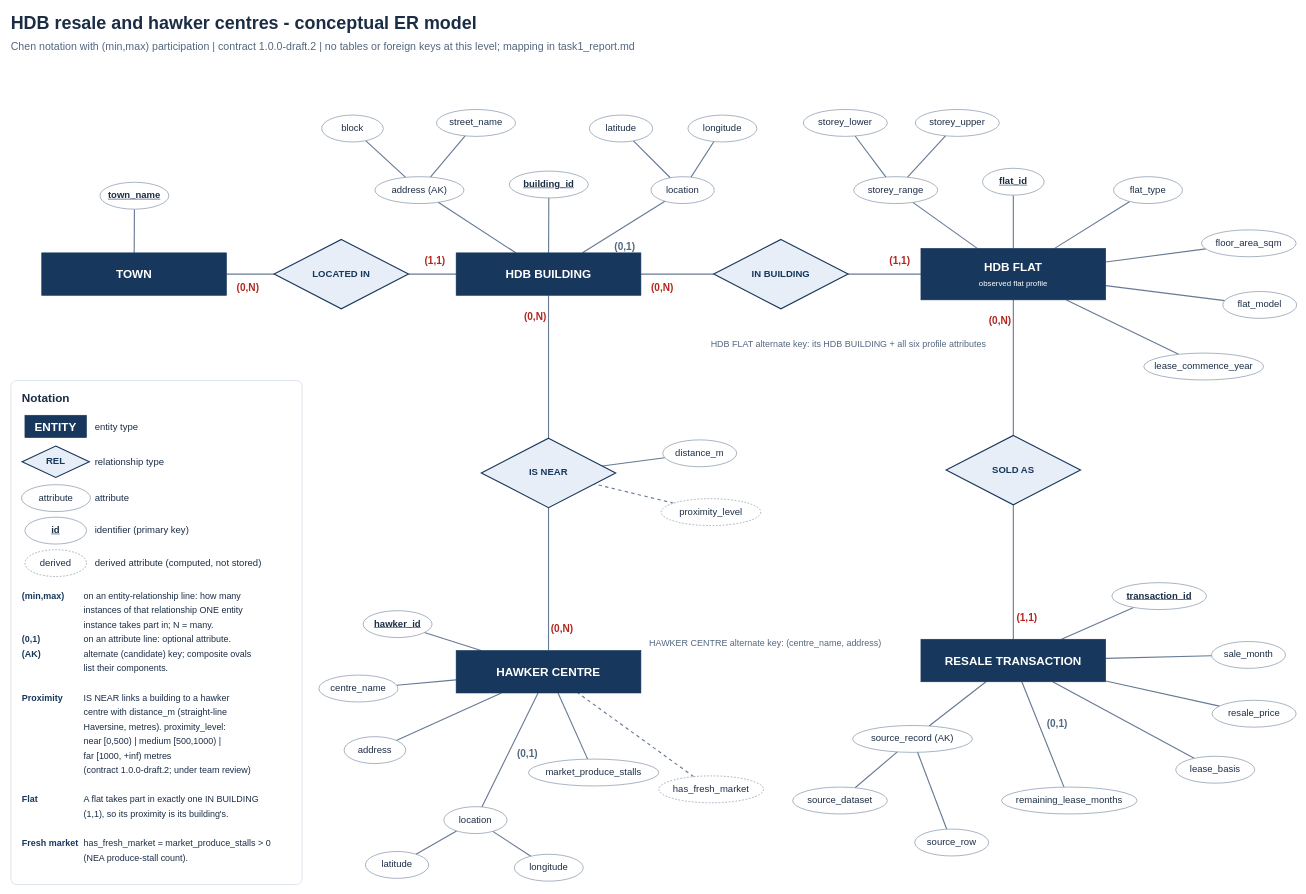
The draw.io diagram docs/architecture/conceptual_er.drawio in NoCodesMatter/DS6105, before the edit. Source tidied: cells renumbered, new cells numbered last; positions are measured from the earlier drawing's top-left corner, leaving out a move shared by most shapes. Both pictures are drawn from the tidied source at 56%, with x=0, y=0 at pixel (10, 10).
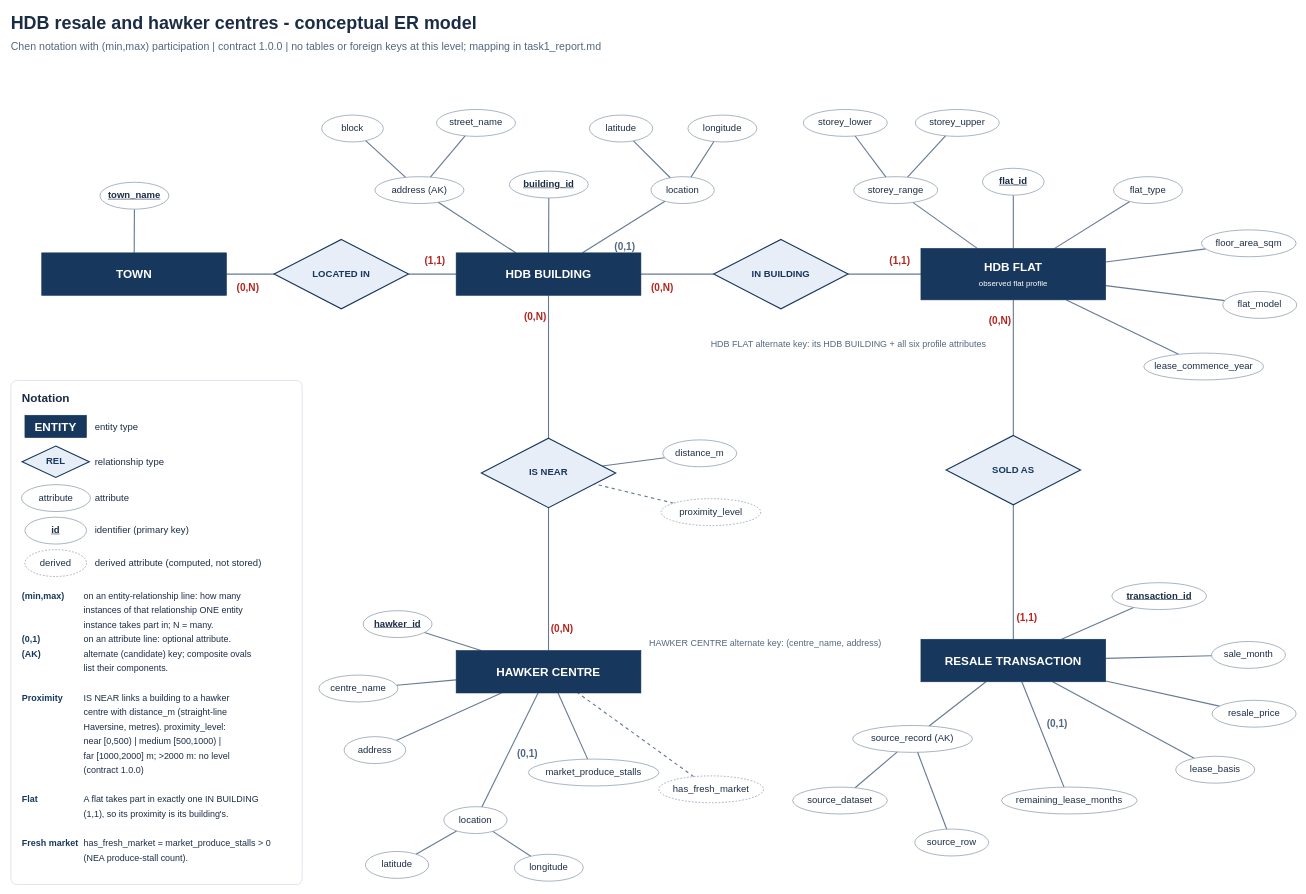
The same diagram, later.

Commit message (it also covers changes not shown here):
docs: update ER diagrams for contract 1.0.0

Change to the diagram source:
```diff
@@
-    <mxCell id="99" value="Chen notation with (min,max) participation | contract 1.0.0-draft.2 | no tables or foreign keys at this level; mapping in task1_report.md" style="text;html=1;align=left;verticalAlign=middle;fontSize=19;fontColor=#53677f;fontStyle=0;" parent="1" vertex="1">
-      <mxGeometry y="52" width="1418" height="27" as="geometry" />
+    <mxCell id="99" value="Chen notation with (min,max) participation | contract 1.0.0 | no tables or foreign keys at this level; mapping in task1_report.md" style="text;html=1;align=left;verticalAlign=middle;fontSize=19;fontColor=#53677f;fontStyle=0;" parent="1" vertex="1">
+      <mxGeometry y="52" width="1336" height="27" as="geometry" />
     </mxCell>
@@
-    <mxCell id="128" value="far [1000, +inf) metres" style="text;html=1;align=left;verticalAlign=middle;fontSize=16;fontColor=#1b2d45;fontStyle=0;" parent="1" vertex="1">
-      <mxGeometry x="130" y="1321" width="211" height="22" as="geometry" />
+    <mxCell id="128" value="far [1000,2000] m; &amp;gt;2000 m: no level" style="text;html=1;align=left;verticalAlign=middle;fontSize=16;fontColor=#1b2d45;fontStyle=0;" parent="1" vertex="1">
+      <mxGeometry x="130" y="1321" width="323" height="22" as="geometry" />
     </mxCell>
-    <mxCell id="129" value="(contract 1.0.0-draft.2; under team review)" style="text;html=1;align=left;verticalAlign=middle;fontSize=16;fontColor=#1b2d45;fontStyle=0;" parent="1" vertex="1">
-      <mxGeometry x="130" y="1347" width="384" height="22" as="geometry" />
+    <mxCell id="129" value="(contract 1.0.0)" style="text;html=1;align=left;verticalAlign=middle;fontSize=16;fontColor=#1b2d45;fontStyle=0;" parent="1" vertex="1">
+      <mxGeometry x="130" y="1347" width="150" height="22" as="geometry" />
     </mxCell>
```
